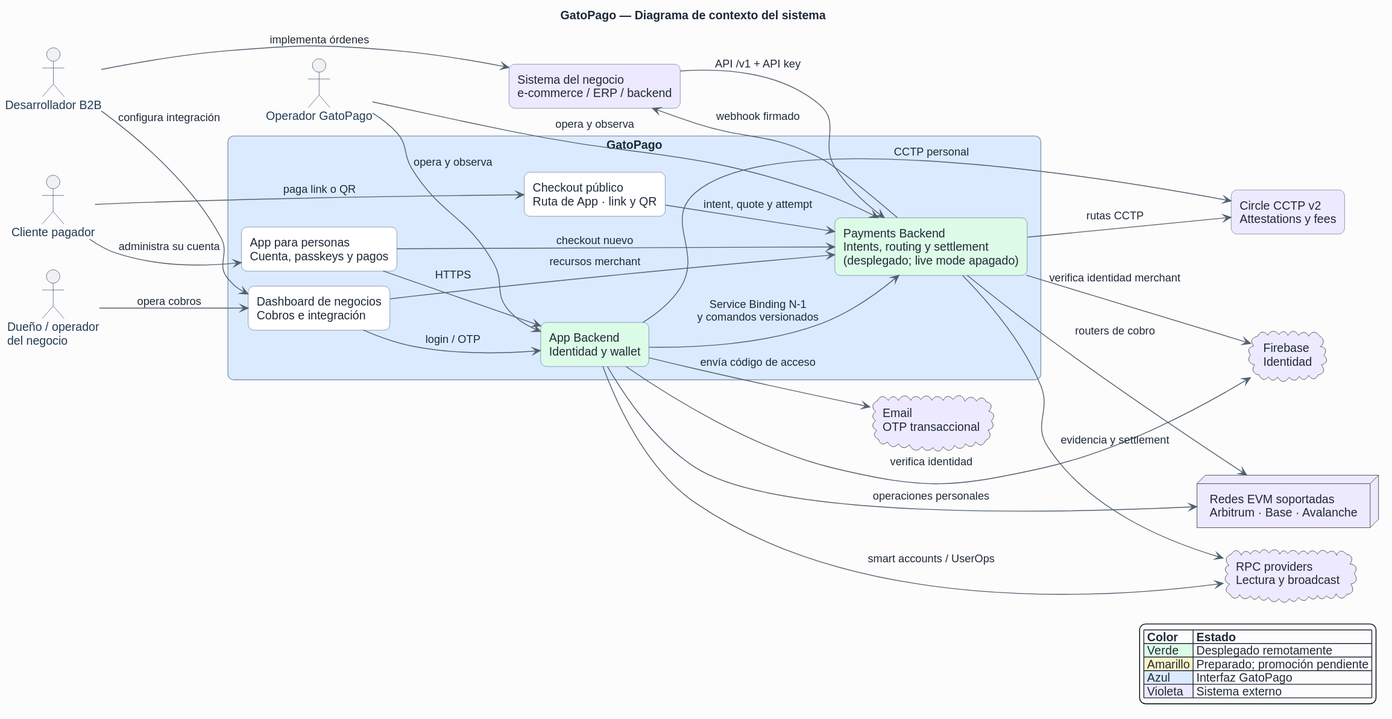
Above: docs/architecture/rendered/01-contexto-sistema.svg in danelerr/parmelia-links (PlantUML), before the change.
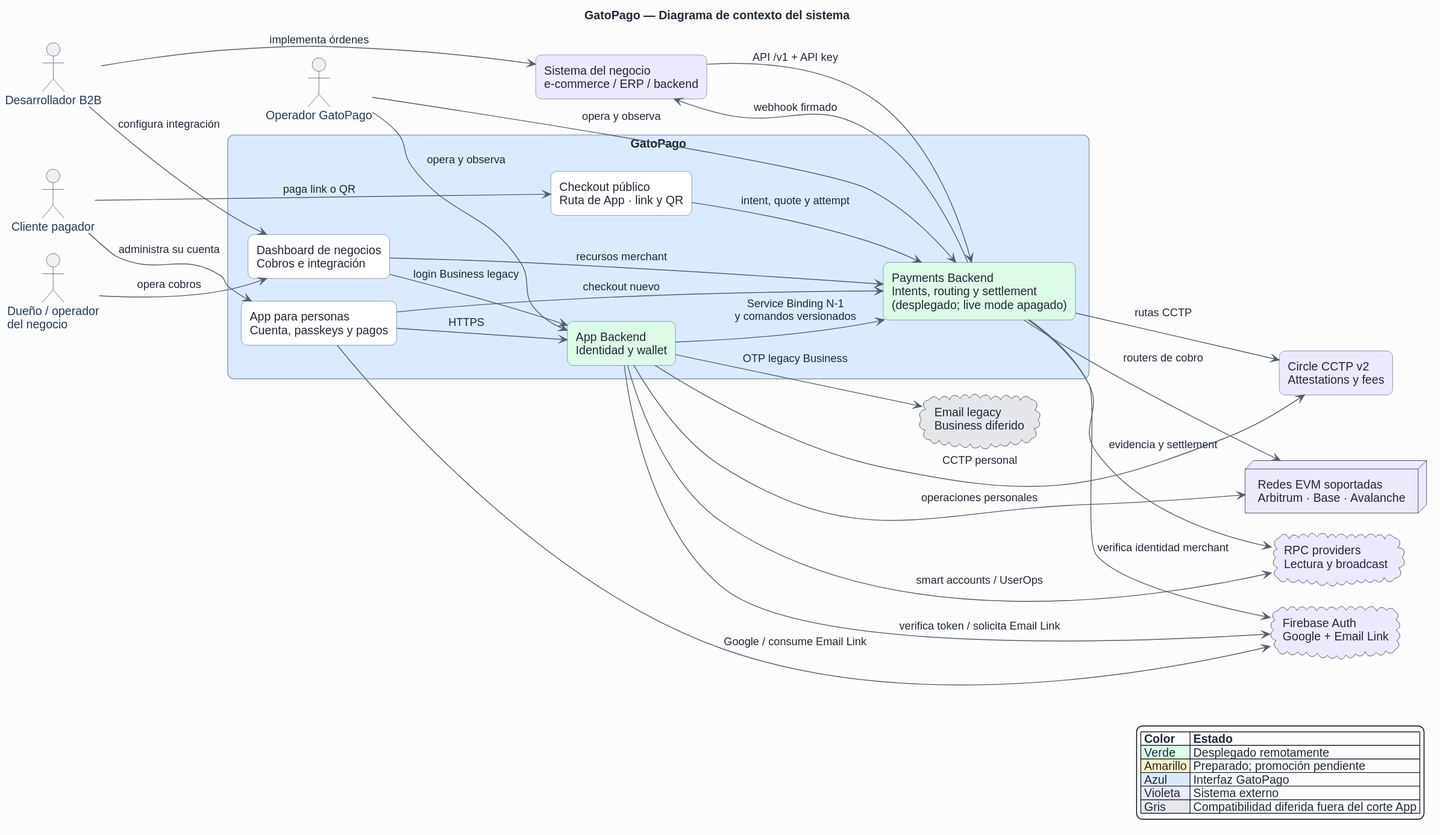
Above is the later version.

Change to the diagram source:
```diff
@@ -17,8 +17,8 @@
   rectangle "Payments Backend\nIntents, routing y settlement\n(desplegado; live mode apagado)" as payments_backend COLOR_LIVE
 }
 
-cloud "Firebase\nIdentidad" as firebase COLOR_EXTERNAL
-cloud "Email\nOTP transaccional" as email COLOR_EXTERNAL
+cloud "Firebase Auth\nGoogle + Email Link" as firebase COLOR_EXTERNAL
+cloud "Email legacy\nBusiness diferido" as email COLOR_FUTURE
 cloud "RPC providers\nLectura y broadcast" as rpc COLOR_EXTERNAL
 rectangle "Circle CCTP v2\nAttestations y fees" as circle COLOR_EXTERNAL
 node "Redes EVM soportadas\nArbitrum · Base · Avalanche" as evm COLOR_EXTERNAL
@@ -35,15 +35,16 @@
 operator --> payments_backend : opera y observa
 
 app --> app_backend : HTTPS
+app --> firebase : Google / consume Email Link
 app --> payments_backend : checkout nuevo
-dashboard --> app_backend : login / OTP
+dashboard --> app_backend : login Business legacy
 dashboard --> payments_backend : recursos merchant
 checkout --> payments_backend : intent, quote y attempt
 app_backend --> payments_backend : Service Binding N-1\ny comandos versionados
 
-app_backend --> firebase : verifica identidad
+app_backend --> firebase : verifica token / solicita Email Link
 payments_backend --> firebase : verifica identidad merchant
-app_backend --> email : envía código de acceso
+app_backend --> email : OTP legacy Business
 app_backend --> rpc : smart accounts / UserOps
 payments_backend --> rpc : evidencia y settlement
 app_backend --> circle : CCTP personal
@@ -57,5 +58,6 @@
   |<#FEF3C7> Amarillo | Preparado; promoción pendiente |
   |<#DBEAFE> Azul | Interfaz GatoPago |
   |<#EDE9FE> Violeta | Sistema externo |
+  |<#E5E7EB> Gris | Compatibilidad diferida fuera del corte App |
 endlegend
 @enduml
```
